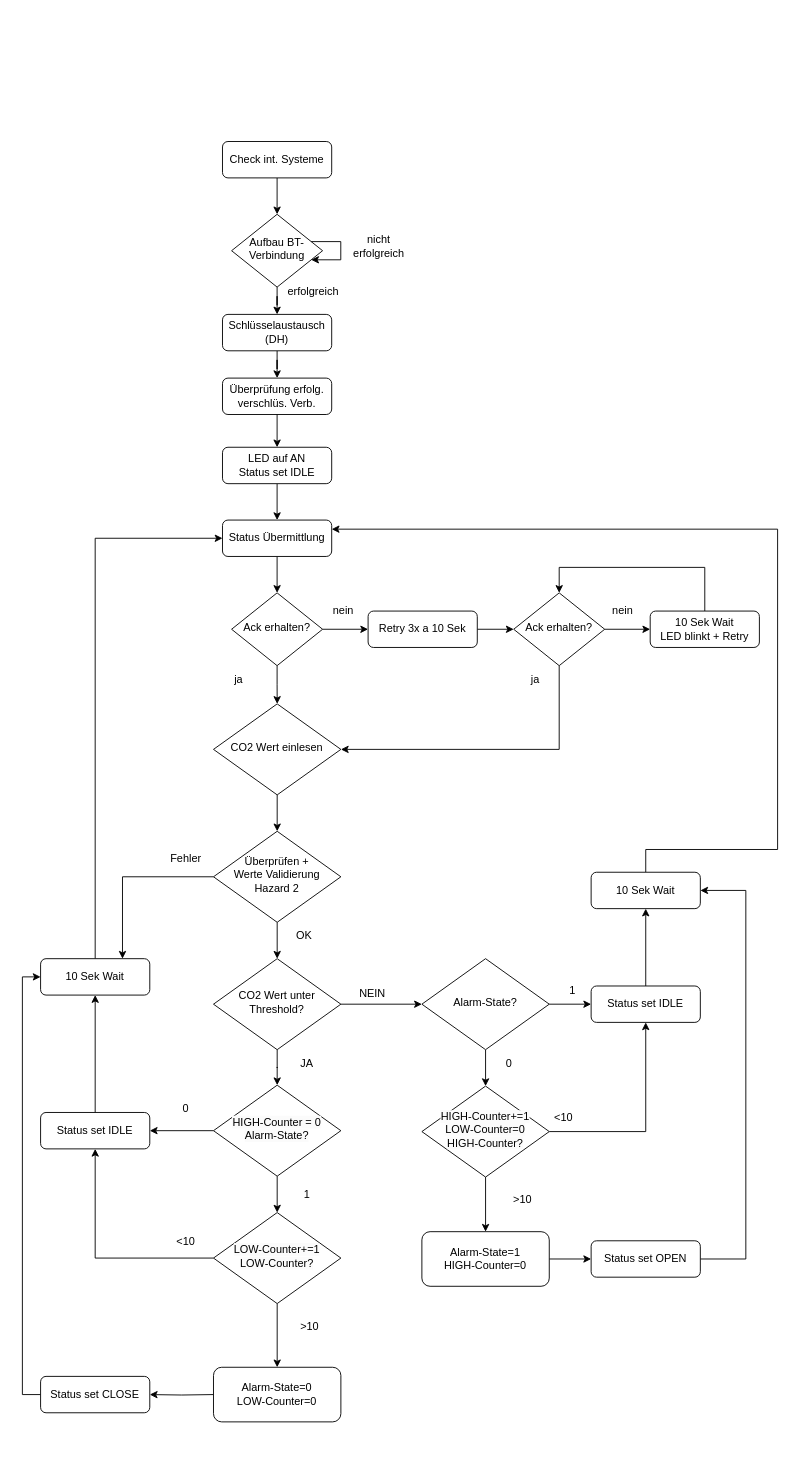
This is Graphic/ablaufdiag_adriuno.drawio from apg1034/RoomVentilation, a draw.io file, before an edit. Source tidied: cells renumbered, new cells numbered last; positions are measured from the earlier drawing's top-left corner, leaving out a move shared by most shapes. Both pictures are drawn from the tidied source at 91%, with x=0, y=0 at pixel (22, 141).
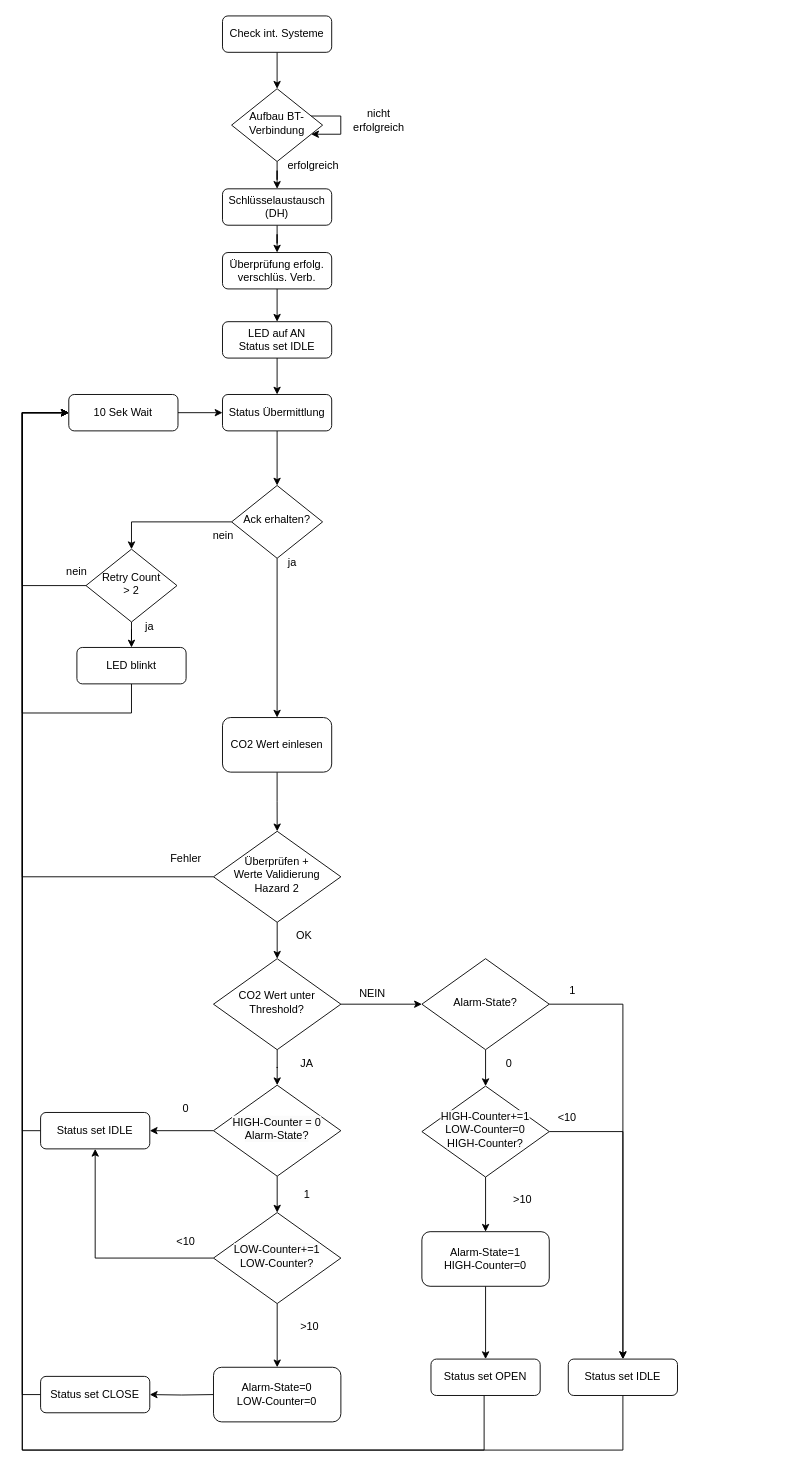
Above is the later version.

Commit message (it also covers changes not shown here):
Update: Diagramme korrigiert

Unchanged cells that the change refers to:
```xml
<mxCell id="33" value="Überprüfen + &lt;br&gt;Werte Validierung&lt;br&gt;Hazard 2" style="rhombus;whiteSpace=wrap;html=1;shadow=0;fontFamily=Helvetica;fontSize=12;align=center;strokeWidth=1;spacing=6;spacingTop=-4;" parent="1" vertex="1">
  <mxGeometry x="210.1" y="758" width="140" height="100" as="geometry" />
</mxCell>
<mxCell id="51" value="Alarm-State?" style="rhombus;whiteSpace=wrap;html=1;shadow=0;fontFamily=Helvetica;fontSize=12;align=center;strokeWidth=1;spacing=6;spacingTop=-4;" parent="1" vertex="1">
  <mxGeometry x="439.1" y="898" width="140" height="100" as="geometry" />
</mxCell>
<mxCell id="56" value="&lt;span style=&quot;color: rgb(0, 0, 0); font-family: Helvetica; font-size: 12px; font-style: normal; font-variant-ligatures: normal; font-variant-caps: normal; font-weight: 400; letter-spacing: normal; orphans: 2; text-align: center; text-indent: 0px; text-transform: none; widows: 2; word-spacing: 0px; -webkit-text-stroke-width: 0px; white-space: normal; background-color: rgb(251, 251, 251); text-decoration-thickness: initial; text-decoration-style: initial; text-decoration-color: initial; display: inline !important; float: none;&quot;&gt;HIGH-Counter+=1&lt;/span&gt;&lt;div&gt;&lt;span style=&quot;color: rgb(0, 0, 0); font-family: Helvetica; font-size: 12px; font-style: normal; font-variant-ligatures: normal; font-variant-caps: normal; font-weight: 400; letter-spacing: normal; orphans: 2; text-align: center; text-indent: 0px; text-transform: none; widows: 2; word-spacing: 0px; -webkit-text-stroke-width: 0px; white-space: normal; background-color: rgb(251, 251, 251); text-decoration-thickness: initial; text-decoration-style: initial; text-decoration-color: initial; display: inline !important; float: none;&quot;&gt;LOW-Counter=0&lt;/span&gt;&lt;/div&gt;&lt;div&gt;&lt;span style=&quot;color: rgb(0, 0, 0); font-family: Helvetica; font-size: 12px; font-style: normal; font-variant-ligatures: normal; font-variant-caps: normal; font-weight: 400; letter-spacing: normal; orphans: 2; text-align: center; text-indent: 0px; text-transform: none; widows: 2; word-spacing: 0px; -webkit-text-stroke-width: 0px; white-space: normal; background-color: rgb(251, 251, 251); text-decoration-thickness: initial; text-decoration-style: initial; text-decoration-color: initial; display: inline !important; float: none;&quot;&gt;HIGH-Counter?&lt;/span&gt;&lt;/div&gt;" style="rhombus;whiteSpace=wrap;html=1;shadow=0;fontFamily=Helvetica;fontSize=12;align=center;strokeWidth=1;spacing=6;spacingTop=-4;" parent="1" vertex="1">
  <mxGeometry x="439.1" y="1038" width="140" height="100" as="geometry" />
</mxCell>
<mxCell id="62" value="Alarm-State=1&lt;br&gt;HIGH-Counter=0" style="rounded=1;whiteSpace=wrap;html=1;fontSize=12;glass=0;strokeWidth=1;shadow=0;" parent="1" vertex="1">
  <mxGeometry x="439.1" y="1198" width="140" height="60" as="geometry" />
</mxCell>
<mxCell id="66" value="CO2 Wert unter&lt;div&gt;Threshold?&lt;/div&gt;" style="rhombus;whiteSpace=wrap;html=1;shadow=0;fontFamily=Helvetica;fontSize=12;align=center;strokeWidth=1;spacing=6;spacingTop=-4;" parent="1" vertex="1">
  <mxGeometry x="210.1" y="898" width="140" height="100" as="geometry" />
</mxCell>
<mxCell id="70" value="Status set CLOSE" style="rounded=1;whiteSpace=wrap;html=1;fontSize=12;glass=0;strokeWidth=1;shadow=0;" parent="1" vertex="1">
  <mxGeometry x="20.1" y="1357" width="120" height="40" as="geometry" />
</mxCell>
<mxCell id="76" value="Status set IDLE" style="rounded=1;whiteSpace=wrap;html=1;fontSize=12;glass=0;strokeWidth=1;shadow=0;" parent="1" vertex="1">
  <mxGeometry x="20.1" y="1067" width="120" height="40" as="geometry" />
</mxCell>
```

Diff of the diagram source:
```diff
@@
     <mxCell id="3" value="Check int. Systeme" style="rounded=1;whiteSpace=wrap;html=1;fontSize=12;glass=0;strokeWidth=1;shadow=0;" parent="1" vertex="1">
-      <mxGeometry x="220" width="120" height="40" as="geometry" />
+      <mxGeometry x="220" y="-138" width="120" height="40" as="geometry" />
     </mxCell>
@@
     <mxCell id="5" value="Aufbau BT-Verbindung" style="rhombus;whiteSpace=wrap;html=1;shadow=0;fontFamily=Helvetica;fontSize=12;align=center;strokeWidth=1;spacing=6;spacingTop=-4;" parent="1" vertex="1">
-      <mxGeometry x="230" y="80" width="100" height="80" as="geometry" />
+      <mxGeometry x="230" y="-58" width="100" height="80" as="geometry" />
     </mxCell>
@@
     <mxCell id="7" value="nicht erfolgreich" style="text;html=1;align=center;verticalAlign=middle;whiteSpace=wrap;rounded=0;" parent="1" vertex="1">
-      <mxGeometry x="362" y="100" width="60" height="30" as="geometry" />
+      <mxGeometry x="362" y="-38" width="60" height="30" as="geometry" />
     </mxCell>
@@
     <mxCell id="9" value="Schlüsselaustausch (DH)" style="rounded=1;whiteSpace=wrap;html=1;fontSize=12;glass=0;strokeWidth=1;shadow=0;" parent="1" vertex="1">
-      <mxGeometry x="220" y="190" width="120" height="40" as="geometry" />
+      <mxGeometry x="220" y="52" width="120" height="40" as="geometry" />
     </mxCell>
     <mxCell id="10" value="Überprüfung erfolg. verschlüs. Verb." style="rounded=1;whiteSpace=wrap;html=1;fontSize=12;glass=0;strokeWidth=1;shadow=0;" parent="1" vertex="1">
-      <mxGeometry x="220" y="260" width="120" height="40" as="geometry" />
+      <mxGeometry x="220" y="122" width="120" height="40" as="geometry" />
     </mxCell>
@@
     <mxCell id="12" value="LED auf AN&lt;div&gt;Status set IDLE&lt;/div&gt;" style="rounded=1;whiteSpace=wrap;html=1;fontSize=12;glass=0;strokeWidth=1;shadow=0;" parent="1" vertex="1">
-      <mxGeometry x="220" y="336" width="120" height="40" as="geometry" />
+      <mxGeometry x="220" y="198" width="120" height="40" as="geometry" />
     </mxCell>
@@
     <mxCell id="14" value="Status Übermittlung" style="rounded=1;whiteSpace=wrap;html=1;fontSize=12;glass=0;strokeWidth=1;shadow=0;" parent="1" vertex="1">
-      <mxGeometry x="220" y="416" width="120" height="40" as="geometry" />
+      <mxGeometry x="220" y="278" width="120" height="40" as="geometry" />
     </mxCell>
-    <mxCell id="15" style="edgeStyle=orthogonalEdgeStyle;rounded=0;jettySize=auto;html=1;entryX=0;entryY=0.5;entryDx=0;entryDy=0;" parent="1" edge="1" source="17" target="21">
-      <mxGeometry relative="1" as="geometry" />
-    </mxCell>
@@
+    <mxCell id="79" style="edgeStyle=orthogonalEdgeStyle;rounded=0;jettySize=auto;html=1;entryX=0.5;entryY=0;entryDx=0;entryDy=0;" parent="1" edge="1" source="17" target="84">
+      <mxGeometry relative="1" as="geometry" />
+    </mxCell>
     <mxCell id="17" value="Ack erhalten?" style="rhombus;whiteSpace=wrap;html=1;shadow=0;fontFamily=Helvetica;fontSize=12;align=center;strokeWidth=1;spacing=6;spacingTop=-4;" parent="1" vertex="1">
-      <mxGeometry x="230" y="496" width="100" height="80" as="geometry" />
+      <mxGeometry x="230" y="378" width="100" height="80" as="geometry" />
     </mxCell>
     <mxCell id="18" value="ja" style="text;html=1;align=center;verticalAlign=middle;whiteSpace=wrap;rounded=0;" parent="1" vertex="1">
-      <mxGeometry x="208" y="576" width="60" height="30" as="geometry" />
+      <mxGeometry x="267" y="448" width="60" height="30" as="geometry" />
     </mxCell>
     <mxCell id="19" value="nein" style="text;html=1;align=center;verticalAlign=middle;whiteSpace=wrap;rounded=0;" parent="1" vertex="1">
-      <mxGeometry x="323" y="501" width="60" height="30" as="geometry" />
+      <mxGeometry x="191" y="418" width="60" height="30" as="geometry" />
     </mxCell>
-    <mxCell id="20" style="edgeStyle=orthogonalEdgeStyle;rounded=0;jettySize=auto;html=1;entryX=0;entryY=0.5;entryDx=0;entryDy=0;" parent="1" edge="1" source="21" target="24">
-      <mxGeometry relative="1" as="geometry" />
-    </mxCell>
-    <mxCell id="21" value="Retry 3x a 10 Sek" style="rounded=1;whiteSpace=wrap;html=1;fontSize=12;glass=0;strokeWidth=1;shadow=0;" parent="1" vertex="1">
-      <mxGeometry x="380" y="516" width="120" height="40" as="geometry" />
-    </mxCell>
-    <mxCell id="22" style="edgeStyle=orthogonalEdgeStyle;rounded=0;jettySize=auto;html=1;entryX=0;entryY=0.5;entryDx=0;entryDy=0;" parent="1" edge="1" source="24" target="26">
-      <mxGeometry relative="1" as="geometry" />
-    </mxCell>
-    <mxCell id="23" style="edgeStyle=orthogonalEdgeStyle;rounded=0;jettySize=auto;html=1;entryX=1;entryY=0.5;entryDx=0;entryDy=0;" parent="1" edge="1" source="24" target="72">
-      <mxGeometry relative="1" as="geometry">
-        <Array as="points">
-          <mxPoint x="590" y="668" />
-        </Array>
-      </mxGeometry>
-    </mxCell>
-    <mxCell id="24" value="Ack erhalten?" style="rhombus;whiteSpace=wrap;html=1;shadow=0;fontFamily=Helvetica;fontSize=12;align=center;strokeWidth=1;spacing=6;spacingTop=-4;" parent="1" vertex="1">
-      <mxGeometry x="540" y="496" width="100" height="80" as="geometry" />
-    </mxCell>
-    <mxCell id="25" style="edgeStyle=orthogonalEdgeStyle;rounded=0;jettySize=auto;html=1;entryX=0.5;entryY=0;entryDx=0;entryDy=0;exitX=0.5;exitY=0;exitDx=0;exitDy=0;" parent="1" edge="1" source="26" target="24">
-      <mxGeometry relative="1" as="geometry">
-        <Array as="points">
-          <mxPoint x="750" y="468" />
-          <mxPoint x="590" y="468" />
-        </Array>
-      </mxGeometry>
-    </mxCell>
-    <mxCell id="26" value="10 Sek Wait&lt;br&gt;LED blin&lt;span style=&quot;background-color: initial;&quot;&gt;kt + Retry&lt;/span&gt;" style="rounded=1;whiteSpace=wrap;html=1;fontSize=12;glass=0;strokeWidth=1;shadow=0;" parent="1" vertex="1">
-      <mxGeometry x="690" y="516" width="120" height="40" as="geometry" />
-    </mxCell>
-    <mxCell id="27" value="nein" style="text;html=1;align=center;verticalAlign=middle;whiteSpace=wrap;rounded=0;" parent="1" vertex="1">
-      <mxGeometry x="630" y="501" width="60" height="30" as="geometry" />
-    </mxCell>
-    <mxCell id="28" value="ja" style="text;html=1;align=center;verticalAlign=middle;whiteSpace=wrap;rounded=0;" parent="1" vertex="1">
-      <mxGeometry x="534" y="576" width="60" height="30" as="geometry" />
-    </mxCell>
     <mxCell id="29" value="erfolgreich" style="text;html=1;align=center;verticalAlign=middle;whiteSpace=wrap;rounded=0;" parent="1" vertex="1">
-      <mxGeometry x="290" y="150" width="60" height="30" as="geometry" />
+      <mxGeometry x="290" y="12" width="60" height="30" as="geometry" />
     </mxCell>
     <mxCell id="30" style="edgeStyle=orthogonalEdgeStyle;rounded=0;jettySize=auto;html=1;entryX=0.5;entryY=0;entryDx=0;entryDy=0;" parent="1" edge="1" target="12">
       <mxGeometry relative="1" as="geometry">
-        <mxPoint x="280" y="300" as="sourcePoint" />
+        <mxPoint x="280" y="162" as="sourcePoint" />
       </mxGeometry>
     </mxCell>
+    <mxCell id="32" style="edgeStyle=orthogonalEdgeStyle;rounded=0;jettySize=auto;html=1;entryX=0.5;entryY=0;entryDx=0;entryDy=0;" parent="1" edge="1" source="33" target="66">
+      <mxGeometry relative="1" as="geometry" />
+    </mxCell>
-    <mxCell id="31" style="edgeStyle=orthogonalEdgeStyle;rounded=0;jettySize=auto;html=1;entryX=0.75;entryY=0;entryDx=0;entryDy=0;" parent="1" edge="1" source="33" target="39">
-      <mxGeometry relative="1" as="geometry" />
+    <mxCell id="31" style="edgeStyle=orthogonalEdgeStyle;rounded=0;jettySize=auto;html=1;entryX=0;entryY=0.5;entryDx=0;entryDy=0;" parent="1" edge="1" source="33" target="39">
+      <mxGeometry relative="1" as="geometry">
+        <Array as="points">
+          <mxPoint y="808" />
+          <mxPoint y="298" />
+        </Array>
+      </mxGeometry>
     </mxCell>
-    <mxCell id="32" style="edgeStyle=orthogonalEdgeStyle;rounded=0;jettySize=auto;html=1;entryX=0.5;entryY=0;entryDx=0;entryDy=0;" parent="1" edge="1" source="33" target="66">
-      <mxGeometry relative="1" as="geometry" />
-    </mxCell>
@@
     <mxCell id="38" style="edgeStyle=orthogonalEdgeStyle;rounded=0;jettySize=auto;html=1;entryX=0;entryY=0.5;entryDx=0;entryDy=0;" parent="1" edge="1" source="39" target="14">
-      <mxGeometry relative="1" as="geometry">
-        <Array as="points">
-          <mxPoint x="80" y="436" />
-        </Array>
-      </mxGeometry>
+      <mxGeometry relative="1" as="geometry" />
     </mxCell>
     <mxCell id="39" value="10 Sek Wait" style="rounded=1;whiteSpace=wrap;html=1;fontSize=12;glass=0;strokeWidth=1;shadow=0;" parent="1" vertex="1">
-      <mxGeometry x="20.1" y="898" width="120" height="40" as="geometry" />
+      <mxGeometry x="51.1" y="278" width="120" height="40" as="geometry" />
     </mxCell>
@@
-    <mxCell id="50" style="edgeStyle=orthogonalEdgeStyle;rounded=0;jettySize=auto;html=1;entryX=0;entryY=0.5;entryDx=0;entryDy=0;" parent="1" edge="1" source="51" target="77">
+    <mxCell id="50" style="edgeStyle=orthogonalEdgeStyle;rounded=0;jettySize=auto;html=1;entryX=0.5;entryY=0;entryDx=0;entryDy=0;" parent="1" edge="1" source="51" target="77">
       <mxGeometry relative="1" as="geometry" />
     </mxCell>
@@
-    <mxCell id="53" style="edgeStyle=orthogonalEdgeStyle;rounded=0;jettySize=auto;html=1;entryX=0.5;entryY=1;entryDx=0;entryDy=0;" parent="1" edge="1" source="77" target="59">
-      <mxGeometry relative="1" as="geometry" />
-    </mxCell>
@@
-    <mxCell id="55" style="edgeStyle=orthogonalEdgeStyle;rounded=0;jettySize=auto;html=1;entryX=0.5;entryY=1;entryDx=0;entryDy=0;" parent="1" edge="1" source="56" target="77">
+    <mxCell id="55" style="edgeStyle=orthogonalEdgeStyle;rounded=0;jettySize=auto;html=1;entryX=0.5;entryY=0;entryDx=0;entryDy=0;" parent="1" edge="1" source="56" target="77">
       <mxGeometry relative="1" as="geometry" />
     </mxCell>
@@
-    <mxCell id="58" style="edgeStyle=orthogonalEdgeStyle;rounded=0;jettySize=auto;html=1;entryX=1;entryY=0.25;entryDx=0;entryDy=0;" parent="1" edge="1" source="59" target="14">
-      <mxGeometry relative="1" as="geometry">
-        <Array as="points">
-          <mxPoint x="685" y="778" />
-          <mxPoint x="830" y="778" />
-          <mxPoint x="830" y="426" />
-        </Array>
-      </mxGeometry>
-    </mxCell>
-    <mxCell id="59" value="10 Sek Wait" style="rounded=1;whiteSpace=wrap;html=1;fontSize=12;glass=0;strokeWidth=1;shadow=0;" parent="1" vertex="1">
-      <mxGeometry x="625.1" y="803" width="120" height="40" as="geometry" />
-    </mxCell>
     <mxCell id="60" value="&amp;lt;10" style="text;html=1;align=center;verticalAlign=middle;whiteSpace=wrap;rounded=0;" parent="1" vertex="1">
-      <mxGeometry x="565.1" y="1058" width="60" height="30" as="geometry" />
+      <mxGeometry x="569.1" y="1058" width="60" height="30" as="geometry" />
     </mxCell>
-    <mxCell id="61" style="edgeStyle=orthogonalEdgeStyle;rounded=0;jettySize=auto;html=1;entryX=0;entryY=0.5;entryDx=0;entryDy=0;" parent="1" edge="1" source="62" target="74">
+    <mxCell id="61" style="edgeStyle=orthogonalEdgeStyle;rounded=0;jettySize=auto;html=1;" parent="1" edge="1" source="62" target="74">
       <mxGeometry relative="1" as="geometry" />
     </mxCell>
@@
     <mxCell id="69" style="edgeStyle=orthogonalEdgeStyle;rounded=0;jettySize=auto;html=1;entryX=0;entryY=0.5;entryDx=0;entryDy=0;" parent="1" edge="1" source="70" target="39">
       <mxGeometry relative="1" as="geometry">
         <Array as="points">
-          <mxPoint x="0.1" y="1377" />
-          <mxPoint x="0.1" y="918" />
+          <mxPoint y="1377" />
+          <mxPoint y="298" />
         </Array>
       </mxGeometry>
     </mxCell>
@@
-    <mxCell id="71" style="edgeStyle=orthogonalEdgeStyle;rounded=0;jettySize=auto;html=1;entryX=0.5;entryY=0;entryDx=0;entryDy=0;" parent="1" edge="1" source="72" target="33">
-      <mxGeometry relative="1" as="geometry" />
-    </mxCell>
-    <mxCell id="72" value="CO2 Wert einlesen" style="rhombus;whiteSpace=wrap;html=1;shadow=0;fontFamily=Helvetica;fontSize=12;align=center;strokeWidth=1;spacing=6;spacingTop=-4;" parent="1" vertex="1">
-      <mxGeometry x="210.1" y="618" width="140" height="100" as="geometry" />
-    </mxCell>
-    <mxCell id="73" style="edgeStyle=orthogonalEdgeStyle;rounded=0;jettySize=auto;html=1;entryX=1;entryY=0.5;entryDx=0;entryDy=0;" parent="1" edge="1" source="74" target="59">
-      <mxGeometry relative="1" as="geometry">
-        <Array as="points">
-          <mxPoint x="795.1" y="1228" />
-          <mxPoint x="795.1" y="823" />
-        </Array>
-      </mxGeometry>
-    </mxCell>
+    <mxCell id="80" style="edgeStyle=orthogonalEdgeStyle;rounded=0;jettySize=auto;html=1;entryX=0;entryY=0.5;entryDx=0;entryDy=0;" parent="1" edge="1" target="39">
+      <mxGeometry relative="1" as="geometry">
+        <mxPoint x="507.5" y="1378" as="sourcePoint" />
+        <Array as="points">
+          <mxPoint x="508" y="1438" />
+          <mxPoint y="1438" />
+          <mxPoint y="298" />
+        </Array>
+      </mxGeometry>
+    </mxCell>
     <mxCell id="74" value="Status set OPEN" style="rounded=1;whiteSpace=wrap;html=1;fontSize=12;glass=0;strokeWidth=1;shadow=0;" parent="1" vertex="1">
-      <mxGeometry x="625.1" y="1208" width="120" height="40" as="geometry" />
+      <mxGeometry x="449.1" y="1338" width="120" height="40" as="geometry" />
     </mxCell>
-    <mxCell id="75" style="edgeStyle=orthogonalEdgeStyle;rounded=0;jettySize=auto;html=1;entryX=0.5;entryY=1;entryDx=0;entryDy=0;" parent="1" edge="1" source="76" target="39">
+    <mxCell id="75" style="edgeStyle=orthogonalEdgeStyle;rounded=0;jettySize=auto;html=1;exitX=0;exitY=0.5;exitDx=0;exitDy=0;entryX=0;entryY=0.5;entryDx=0;entryDy=0;" parent="1" edge="1" source="76" target="39">
       <mxGeometry relative="1" as="geometry" />
     </mxCell>
@@
+    <mxCell id="81" style="edgeStyle=orthogonalEdgeStyle;rounded=0;jettySize=auto;html=1;entryX=0;entryY=0.5;entryDx=0;entryDy=0;" parent="1" edge="1" source="77" target="39">
+      <mxGeometry relative="1" as="geometry">
+        <Array as="points">
+          <mxPoint x="660" y="1438" />
+          <mxPoint y="1438" />
+          <mxPoint y="298" />
+        </Array>
+      </mxGeometry>
+    </mxCell>
     <mxCell id="77" value="Status set IDLE" style="rounded=1;whiteSpace=wrap;html=1;fontSize=12;glass=0;strokeWidth=1;shadow=0;" parent="1" vertex="1">
-      <mxGeometry x="625.1" y="928" width="120" height="40" as="geometry" />
+      <mxGeometry x="600" y="1338" width="120" height="40" as="geometry" />
     </mxCell>
@@
+    <mxCell id="82" style="edgeStyle=orthogonalEdgeStyle;rounded=0;jettySize=auto;html=1;entryX=0;entryY=0.5;entryDx=0;entryDy=0;" parent="1" edge="1" source="84" target="39">
+      <mxGeometry relative="1" as="geometry">
+        <Array as="points">
+          <mxPoint y="488" />
+          <mxPoint y="298" />
+        </Array>
+      </mxGeometry>
+    </mxCell>
+    <mxCell id="83" style="edgeStyle=orthogonalEdgeStyle;rounded=0;jettySize=auto;html=1;" parent="1" edge="1" source="84" target="86">
+      <mxGeometry relative="1" as="geometry" />
+    </mxCell>
+    <mxCell id="84" value="Retry Count &lt;br&gt;&amp;gt; 2" style="rhombus;whiteSpace=wrap;html=1;shadow=0;fontFamily=Helvetica;fontSize=12;align=center;strokeWidth=1;spacing=6;spacingTop=-4;" parent="1" vertex="1">
+      <mxGeometry x="70" y="448" width="100" height="80" as="geometry" />
+    </mxCell>
+    <mxCell id="28" value="ja" style="text;html=1;align=center;verticalAlign=middle;whiteSpace=wrap;rounded=0;" parent="1" vertex="1">
+      <mxGeometry x="110" y="518" width="60" height="30" as="geometry" />
+    </mxCell>
+    <mxCell id="85" style="edgeStyle=orthogonalEdgeStyle;rounded=0;jettySize=auto;html=1;entryX=0;entryY=0.5;entryDx=0;entryDy=0;" parent="1" edge="1" source="86" target="39">
+      <mxGeometry relative="1" as="geometry">
+        <Array as="points">
+          <mxPoint x="120" y="628" />
+          <mxPoint y="628" />
+          <mxPoint y="298" />
+        </Array>
+      </mxGeometry>
+    </mxCell>
+    <mxCell id="86" value="LED blin&lt;span style=&quot;background-color: initial;&quot;&gt;kt&lt;/span&gt;" style="rounded=1;whiteSpace=wrap;html=1;fontSize=12;glass=0;strokeWidth=1;shadow=0;" parent="1" vertex="1">
+      <mxGeometry x="60" y="556" width="120" height="40" as="geometry" />
+    </mxCell>
+    <mxCell id="27" value="nein" style="text;html=1;align=center;verticalAlign=middle;whiteSpace=wrap;rounded=0;" parent="1" vertex="1">
+      <mxGeometry x="30" y="458" width="60" height="30" as="geometry" />
+    </mxCell>
+    <mxCell id="71" style="edgeStyle=orthogonalEdgeStyle;rounded=0;jettySize=auto;html=1;" parent="1" edge="1" source="72" target="33">
+      <mxGeometry relative="1" as="geometry" />
+    </mxCell>
+    <mxCell id="72" value="CO2 Wert einlesen" style="rounded=1;whiteSpace=wrap;html=1;" parent="1" vertex="1">
+      <mxGeometry x="220" y="633" width="120" height="60" as="geometry" />
+    </mxCell>
```
